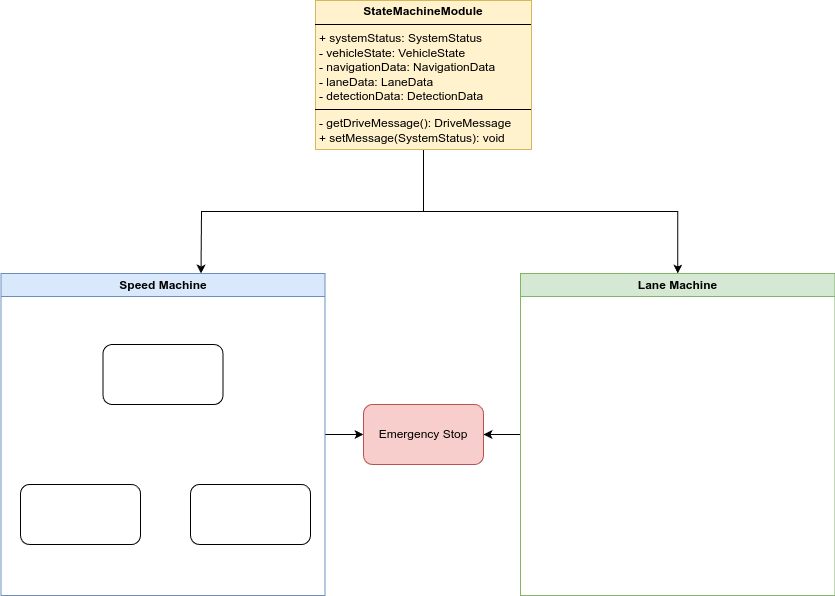
The draw.io diagram document/StateMachine1R.png in inha-cvl/mobinha-racing, before a commit. Source tidied: cells renumbered, new cells last; positions are measured from the earlier drawing's top-left corner, leaving out a move shared by most shapes.
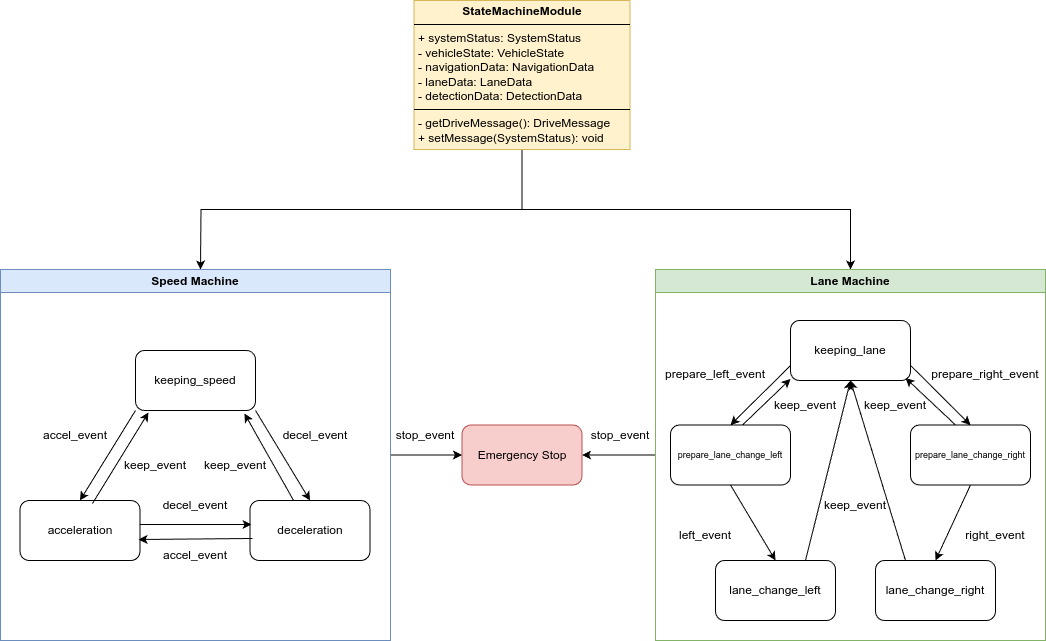
Above is the later version.

Commit message:
StateMachine1R.png이 추가되었습니다.

Change to the diagram source:
```diff
@@ -4,7 +4,7 @@
     <mxCell id="1" parent="0" />
     <mxCell id="2" style="edgeStyle=orthogonalEdgeStyle;rounded=0;jettySize=auto;html=1;exitX=0.5;exitY=1;exitDx=0;exitDy=0;entryX=0.5;entryY=0;entryDx=0;entryDy=0;" parent="1" edge="1" source="12">
       <mxGeometry relative="1" as="geometry">
-        <mxPoint x="200.5" y="273" as="targetPoint" />
+        <mxPoint x="265" y="273" as="targetPoint" />
       </mxGeometry>
     </mxCell>
     <mxCell id="3" style="edgeStyle=orthogonalEdgeStyle;rounded=0;jettySize=auto;html=1;exitX=0.5;exitY=1;exitDx=0;exitDy=0;" parent="1" edge="1" source="12" target="10">
@@ -14,28 +14,136 @@
       <mxGeometry relative="1" as="geometry" />
     </mxCell>
     <mxCell id="5" value="Speed Machine" style="swimlane;whiteSpace=wrap;html=1;fillColor=#dae8fc;strokeColor=#6c8ebf;" parent="1" vertex="1">
-      <mxGeometry x="0.5" y="273" width="324" height="322" as="geometry" />
+      <mxGeometry x="65" y="273" width="390" height="371" as="geometry" />
     </mxCell>
-    <mxCell id="6" style="rounded=1;whiteSpace=wrap;html=1;" parent="5" vertex="1">
-      <mxGeometry x="102" y="71" width="120" height="60" as="geometry" />
+    <mxCell id="6" value="keeping_speed" style="rounded=1;whiteSpace=wrap;html=1;" parent="5" vertex="1">
+      <mxGeometry x="135" y="81" width="120" height="60" as="geometry" />
     </mxCell>
-    <mxCell id="7" style="rounded=1;whiteSpace=wrap;html=1;" parent="5" vertex="1">
-      <mxGeometry x="19.5" y="211" width="120" height="60" as="geometry" />
+    <mxCell id="7" value="acceleration" style="rounded=1;whiteSpace=wrap;html=1;" parent="5" vertex="1">
+      <mxGeometry x="19.5" y="231" width="120" height="60" as="geometry" />
     </mxCell>
-    <mxCell id="8" style="rounded=1;whiteSpace=wrap;html=1;" parent="5" vertex="1">
-      <mxGeometry x="189.5" y="211" width="120" height="60" as="geometry" />
+    <mxCell id="8" value="deceleration" style="rounded=1;whiteSpace=wrap;html=1;" parent="5" vertex="1">
+      <mxGeometry x="249.5" y="231" width="120" height="60" as="geometry" />
     </mxCell>
+    <mxCell id="13" value="decel_event" style="text;html=1;align=center;verticalAlign=middle;whiteSpace=wrap;rounded=0;" parent="5" vertex="1">
+      <mxGeometry x="165" y="221" width="60" height="30" as="geometry" />
+    </mxCell>
+    <mxCell id="14" style="endArrow=classic;html=1;rounded=0;entryX=0.5;entryY=0;entryDx=0;entryDy=0;exitX=1;exitY=1;exitDx=0;exitDy=0;" parent="5" edge="1" source="6" target="8">
+      <mxGeometry relative="1" as="geometry" />
+    </mxCell>
+    <mxCell id="15" style="endArrow=classic;html=1;rounded=0;exitX=0.996;exitY=0.4;exitDx=0;exitDy=0;exitPerimeter=0;entryX=0.013;entryY=0.4;entryDx=0;entryDy=0;entryPerimeter=0;" parent="5" edge="1" source="7" target="8">
+      <mxGeometry relative="1" as="geometry" />
+    </mxCell>
+    <mxCell id="16" style="endArrow=classic;html=1;rounded=0;exitX=0.021;exitY=0.633;exitDx=0;exitDy=0;entryX=0.988;entryY=0.65;entryDx=0;entryDy=0;entryPerimeter=0;exitPerimeter=0;" parent="5" edge="1" source="8" target="7">
+      <mxGeometry relative="1" as="geometry" />
+    </mxCell>
+    <mxCell id="17" value="accel_event" style="text;html=1;align=center;verticalAlign=middle;whiteSpace=wrap;rounded=0;" parent="5" vertex="1">
+      <mxGeometry x="165" y="271" width="60" height="30" as="geometry" />
+    </mxCell>
+    <mxCell id="18" value="decel_event" style="text;html=1;align=center;verticalAlign=middle;whiteSpace=wrap;rounded=0;" parent="5" vertex="1">
+      <mxGeometry x="285" y="151" width="60" height="30" as="geometry" />
+    </mxCell>
+    <mxCell id="19" style="endArrow=classic;html=1;rounded=0;exitX=0.363;exitY=0;exitDx=0;exitDy=0;exitPerimeter=0;entryX=0.908;entryY=1.05;entryDx=0;entryDy=0;entryPerimeter=0;" parent="5" edge="1" source="8" target="6">
+      <mxGeometry relative="1" as="geometry" />
+    </mxCell>
+    <mxCell id="20" value="keep_event" style="text;html=1;align=center;verticalAlign=middle;whiteSpace=wrap;rounded=0;" parent="5" vertex="1">
+      <mxGeometry x="205" y="181" width="60" height="30" as="geometry" />
+    </mxCell>
+    <mxCell id="21" style="endArrow=classic;html=1;rounded=0;exitX=0.604;exitY=0.05;exitDx=0;exitDy=0;exitPerimeter=0;entryX=0.108;entryY=1.033;entryDx=0;entryDy=0;entryPerimeter=0;" parent="5" edge="1" source="7" target="6">
+      <mxGeometry relative="1" as="geometry" />
+    </mxCell>
+    <mxCell id="22" style="endArrow=classic;html=1;rounded=0;exitX=0;exitY=1;exitDx=0;exitDy=0;entryX=0.5;entryY=0;entryDx=0;entryDy=0;" parent="5" edge="1" source="6" target="7">
+      <mxGeometry relative="1" as="geometry" />
+    </mxCell>
+    <mxCell id="23" value="keep_event" style="text;html=1;align=center;verticalAlign=middle;whiteSpace=wrap;rounded=0;" parent="5" vertex="1">
+      <mxGeometry x="125" y="181" width="60" height="30" as="geometry" />
+    </mxCell>
+    <mxCell id="24" value="accel_event" style="text;html=1;align=center;verticalAlign=middle;whiteSpace=wrap;rounded=0;" parent="5" vertex="1">
+      <mxGeometry x="45" y="151" width="60" height="30" as="geometry" />
+    </mxCell>
     <mxCell id="9" style="edgeStyle=orthogonalEdgeStyle;rounded=0;jettySize=auto;html=1;exitX=0;exitY=0.5;exitDx=0;exitDy=0;entryX=1;entryY=0.5;entryDx=0;entryDy=0;" parent="1" edge="1" source="10" target="11">
       <mxGeometry relative="1" as="geometry" />
     </mxCell>
     <mxCell id="10" value="Lane Machine" style="swimlane;whiteSpace=wrap;html=1;fillColor=#d5e8d4;strokeColor=#82b366;" parent="1" vertex="1">
-      <mxGeometry x="520" y="273" width="314.5" height="322" as="geometry" />
+      <mxGeometry x="720" y="273" width="390" height="371" as="geometry" />
     </mxCell>
+    <mxCell id="25" value="keeping_lane" style="rounded=1;whiteSpace=wrap;html=1;" parent="10" vertex="1">
+      <mxGeometry x="135" y="51" width="120" height="60" as="geometry" />
+    </mxCell>
+    <mxCell id="26" value="prepare_lane_change_right" style="rounded=1;whiteSpace=wrap;html=1;fontSize=9;" parent="10" vertex="1">
+      <mxGeometry x="255" y="155.5" width="120" height="60" as="geometry" />
+    </mxCell>
+    <mxCell id="27" value="lane_change_right" style="rounded=1;whiteSpace=wrap;html=1;" parent="10" vertex="1">
+      <mxGeometry x="220" y="291" width="120" height="60" as="geometry" />
+    </mxCell>
+    <mxCell id="28" value="lane_change_left" style="rounded=1;whiteSpace=wrap;html=1;" parent="10" vertex="1">
+      <mxGeometry x="60" y="291" width="120" height="60" as="geometry" />
+    </mxCell>
+    <mxCell id="29" value="prepare_lane_change_left" style="rounded=1;whiteSpace=wrap;html=1;fontSize=9;" parent="10" vertex="1">
+      <mxGeometry x="15" y="155.5" width="120" height="60" as="geometry" />
+    </mxCell>
+    <mxCell id="30" value="keep_event" style="text;html=1;align=center;verticalAlign=middle;whiteSpace=wrap;rounded=0;" parent="10" vertex="1">
+      <mxGeometry x="120" y="121" width="60" height="30" as="geometry" />
+    </mxCell>
+    <mxCell id="31" style="endArrow=classic;html=1;rounded=0;entryX=1;entryY=1;entryDx=0;entryDy=0;verticalAlign=middle;exitX=0.417;exitY=0.042;exitDx=0;exitDy=0;exitPerimeter=0;" parent="10" edge="1">
+      <mxGeometry relative="1" as="geometry">
+        <mxPoint x="300" y="155.5" as="sourcePoint" />
+        <mxPoint x="250" y="108.5" as="targetPoint" />
+      </mxGeometry>
+    </mxCell>
+    <mxCell id="32" style="endArrow=classic;html=1;rounded=0;exitX=1;exitY=0.75;exitDx=0;exitDy=0;entryX=0.5;entryY=0;entryDx=0;entryDy=0;" parent="10" edge="1" source="25" target="26">
+      <mxGeometry relative="1" as="geometry" />
+    </mxCell>
+    <mxCell id="33" style="endArrow=classic;html=1;rounded=0;exitX=0.75;exitY=0;exitDx=0;exitDy=0;entryX=0.5;entryY=1;entryDx=0;entryDy=0;" parent="10" edge="1" source="28" target="25">
+      <mxGeometry relative="1" as="geometry" />
+    </mxCell>
+    <mxCell id="34" style="endArrow=classic;html=1;rounded=0;entryX=0.5;entryY=1;entryDx=0;entryDy=0;exitX=0.25;exitY=0;exitDx=0;exitDy=0;" parent="10" edge="1" source="27" target="25">
+      <mxGeometry relative="1" as="geometry" />
+    </mxCell>
+    <mxCell id="35" value="keep_event" style="text;html=1;align=center;verticalAlign=middle;whiteSpace=wrap;rounded=0;" parent="10" vertex="1">
+      <mxGeometry x="170" y="221" width="60" height="30" as="geometry" />
+    </mxCell>
+    <mxCell id="36" value="keep_event" style="text;html=1;align=center;verticalAlign=middle;whiteSpace=wrap;rounded=0;" parent="10" vertex="1">
+      <mxGeometry x="210" y="121" width="60" height="30" as="geometry" />
+    </mxCell>
+    <mxCell id="37" style="endArrow=classic;html=1;rounded=0;exitX=0;exitY=0.75;exitDx=0;exitDy=0;entryX=0.5;entryY=0;entryDx=0;entryDy=0;" parent="10" edge="1" source="25" target="29">
+      <mxGeometry relative="1" as="geometry" />
+    </mxCell>
+    <mxCell id="38" style="endArrow=classic;html=1;rounded=0;entryX=0;entryY=1;entryDx=0;entryDy=0;verticalAlign=middle;exitX=0.6;exitY=0.025;exitDx=0;exitDy=0;exitPerimeter=0;" parent="10" edge="1">
+      <mxGeometry relative="1" as="geometry">
+        <mxPoint x="87" y="155.5" as="sourcePoint" />
+        <mxPoint x="135" y="109.5" as="targetPoint" />
+      </mxGeometry>
+    </mxCell>
+    <mxCell id="39" value="prepare_left_event" style="text;html=1;align=center;verticalAlign=middle;whiteSpace=wrap;rounded=0;" parent="10" vertex="1">
+      <mxGeometry x="30" y="90" width="60" height="30" as="geometry" />
+    </mxCell>
+    <mxCell id="40" value="prepare_right_event" style="text;html=1;align=center;verticalAlign=middle;whiteSpace=wrap;rounded=0;" parent="10" vertex="1">
+      <mxGeometry x="300" y="90" width="60" height="30" as="geometry" />
+    </mxCell>
+    <mxCell id="41" style="endArrow=classic;html=1;rounded=0;exitX=0.5;exitY=1;exitDx=0;exitDy=0;entryX=0.5;entryY=0;entryDx=0;entryDy=0;" parent="10" edge="1" source="29" target="28">
+      <mxGeometry relative="1" as="geometry" />
+    </mxCell>
+    <mxCell id="42" style="endArrow=classic;html=1;rounded=0;exitX=0.5;exitY=1;exitDx=0;exitDy=0;entryX=0.5;entryY=0;entryDx=0;entryDy=0;" parent="10" edge="1" source="26" target="27">
+      <mxGeometry relative="1" as="geometry" />
+    </mxCell>
+    <mxCell id="43" value="left_event" style="text;html=1;align=center;verticalAlign=middle;whiteSpace=wrap;rounded=0;" parent="10" vertex="1">
+      <mxGeometry x="20" y="251" width="60" height="30" as="geometry" />
+    </mxCell>
+    <mxCell id="44" value="right_event" style="text;html=1;align=center;verticalAlign=middle;whiteSpace=wrap;rounded=0;" parent="10" vertex="1">
+      <mxGeometry x="310" y="251" width="60" height="30" as="geometry" />
+    </mxCell>
     <mxCell id="11" value="Emergency Stop" style="rounded=1;whiteSpace=wrap;html=1;fillColor=#f8cecc;strokeColor=#b85151;" parent="1" vertex="1">
-      <mxGeometry x="363" y="404" width="120" height="60" as="geometry" />
+      <mxGeometry x="526.5" y="428.5" width="120" height="60" as="geometry" />
     </mxCell>
     <mxCell id="12" value="&lt;p style=&quot;margin:0px;margin-top:4px;text-align:center;&quot;&gt;&lt;b&gt;StateMachineModule&lt;/b&gt;&lt;/p&gt;&lt;hr size=&quot;1&quot; style=&quot;border-style:solid;&quot;&gt;&lt;p style=&quot;margin:0px;margin-left:4px;&quot;&gt;+ systemStatus: SystemStatus&lt;br&gt;- vehicleState: VehicleState&lt;/p&gt;&lt;p style=&quot;margin:0px;margin-left:4px;&quot;&gt;- navigationData: NavigationData&lt;/p&gt;&lt;p style=&quot;margin:0px;margin-left:4px;&quot;&gt;- laneData: LaneData&lt;/p&gt;&lt;p style=&quot;margin:0px;margin-left:4px;&quot;&gt;- detectionData: DetectionData&lt;/p&gt;&lt;hr size=&quot;1&quot; style=&quot;border-style:solid;&quot;&gt;&lt;p style=&quot;margin:0px;margin-left:4px;&quot;&gt;- getDriveMessage(): DriveMessage&lt;br&gt;+ setMessage(SystemStatus): void&lt;/p&gt;" style="verticalAlign=top;align=left;overflow=fill;html=1;whiteSpace=wrap;textShadow=0;fillColor=#fff2cc;strokeColor=#d6b656;" parent="1" vertex="1">
-      <mxGeometry x="315" width="216" height="149" as="geometry" />
+      <mxGeometry x="478.5" y="4" width="216" height="149" as="geometry" />
     </mxCell>
+    <mxCell id="45" value="stop_event" style="text;html=1;align=center;verticalAlign=middle;whiteSpace=wrap;rounded=0;" parent="1" vertex="1">
+      <mxGeometry x="460" y="424" width="60" height="30" as="geometry" />
+    </mxCell>
+    <mxCell id="46" value="stop_event" style="text;html=1;align=center;verticalAlign=middle;whiteSpace=wrap;rounded=0;" parent="1" vertex="1">
+      <mxGeometry x="654.5" y="424" width="60" height="30" as="geometry" />
+    </mxCell>
   </root>
 </mxGraphModel>
```
